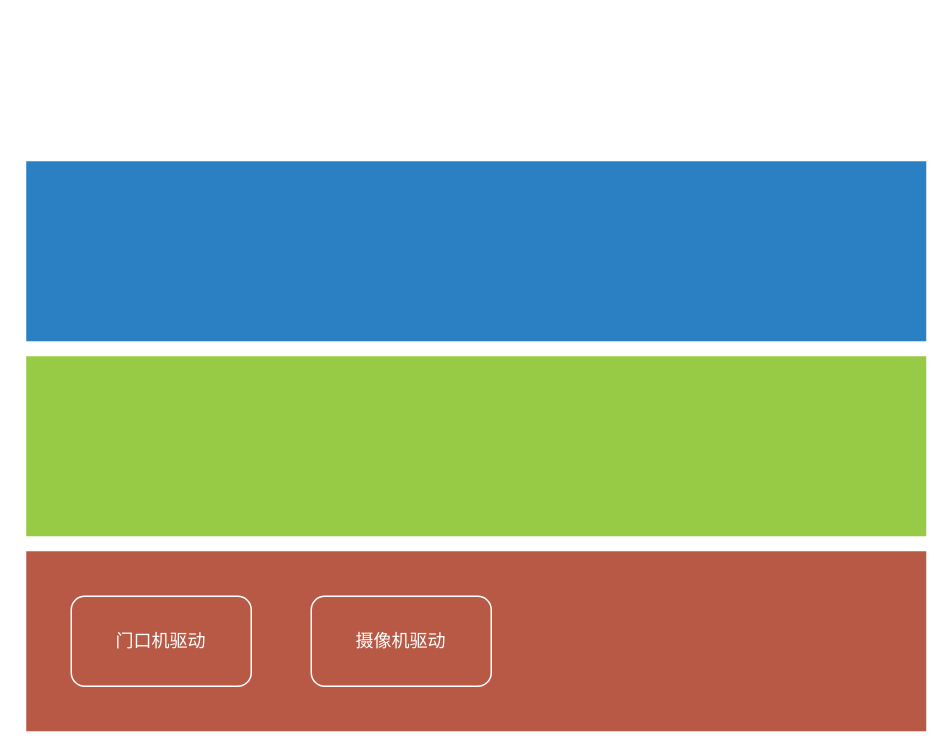
Above: page "Page-2" (2 of 2) of smartdoor.drawio in jeffmacn/myjava (draw.io), before the change. Source tidied: cells renumbered, new cells numbered last; positions are measured from the earlier drawing's top-left corner, leaving out a move shared by most shapes. Both pictures are drawn from the tidied source at 150%, with x=0, y=0 at pixel (26, 160).
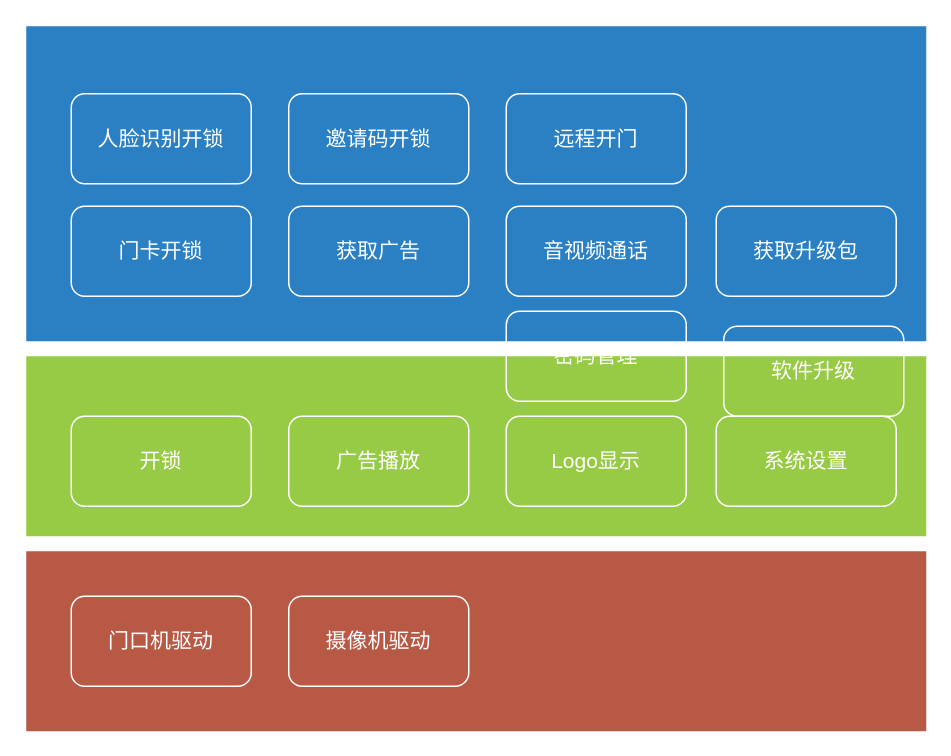
The same diagram, later.

What changed in the source:
```diff
@@
 <mxGraphModel>
   <root>
     <mxCell id="0" />
     <mxCell id="1" parent="0" />
-    <mxCell id="2" style="rounded=0;whiteSpace=wrap;html=1;fillColor=#B85945;strokeColor=none;" parent="1" vertex="1">
+    <mxCell id="2" style="rounded=0;whiteSpace=wrap;html=1;fillColor=#B85945;strokeColor=none;fontSize=14;" parent="1" vertex="1">
       <mxGeometry y="260" width="600" height="120" as="geometry" />
     </mxCell>
-    <mxCell id="3" value="门口机驱动" style="rounded=1;whiteSpace=wrap;html=1;strokeColor=#FFFFFF;fillColor=none;fontColor=#FFFFFF;" parent="1" vertex="1">
+    <mxCell id="3" value="门口机驱动" style="rounded=1;whiteSpace=wrap;html=1;strokeColor=#FFFFFF;fillColor=none;fontColor=#FFFFFF;fontSize=14;" parent="1" vertex="1">
       <mxGeometry x="30" y="290" width="120" height="60" as="geometry" />
     </mxCell>
-    <mxCell id="4" value="摄像机驱动" style="rounded=1;whiteSpace=wrap;html=1;strokeColor=#FFFFFF;fillColor=none;fontColor=#FFFFFF;" parent="1" vertex="1">
-      <mxGeometry x="190" y="290" width="120" height="60" as="geometry" />
+    <mxCell id="4" value="摄像机驱动" style="rounded=1;whiteSpace=wrap;html=1;strokeColor=#FFFFFF;fillColor=none;fontColor=#FFFFFF;fontSize=14;" parent="1" vertex="1">
+      <mxGeometry x="175" y="290" width="120" height="60" as="geometry" />
     </mxCell>
-    <mxCell id="5" style="rounded=0;whiteSpace=wrap;html=1;fillColor=#97CB45;strokeColor=none;" parent="1" vertex="1">
+    <mxCell id="5" style="rounded=0;whiteSpace=wrap;html=1;fillColor=#97CB45;strokeColor=none;fontSize=14;" parent="1" vertex="1">
       <mxGeometry y="130" width="600" height="120" as="geometry" />
     </mxCell>
-    <mxCell id="6" style="rounded=0;whiteSpace=wrap;html=1;fillColor=#2B80C3;strokeColor=none;" parent="1" vertex="1">
-      <mxGeometry width="600" height="120" as="geometry" />
+    <mxCell id="6" style="rounded=0;whiteSpace=wrap;html=1;fillColor=#2B80C3;strokeColor=none;fontSize=14;" parent="1" vertex="1">
+      <mxGeometry y="-90" width="600" height="210" as="geometry" />
     </mxCell>
+    <mxCell id="7" value="开锁" style="rounded=1;whiteSpace=wrap;html=1;strokeColor=#FFFFFF;fillColor=none;fontColor=#FFFFFF;fontSize=14;" parent="1" vertex="1">
+      <mxGeometry x="30" y="170" width="120" height="60" as="geometry" />
+    </mxCell>
+    <mxCell id="8" value="广告播放" style="rounded=1;whiteSpace=wrap;html=1;strokeColor=#FFFFFF;fillColor=none;fontColor=#FFFFFF;fontSize=14;" parent="1" vertex="1">
+      <mxGeometry x="175" y="170" width="120" height="60" as="geometry" />
+    </mxCell>
+    <mxCell id="9" value="Logo显示" style="rounded=1;whiteSpace=wrap;html=1;strokeColor=#FFFFFF;fillColor=none;fontColor=#FFFFFF;fontSize=14;" parent="1" vertex="1">
+      <mxGeometry x="320" y="170" width="120" height="60" as="geometry" />
+    </mxCell>
+    <mxCell id="10" value="门卡开锁" style="rounded=1;whiteSpace=wrap;html=1;strokeColor=#FFFFFF;fillColor=none;fontColor=#FFFFFF;fontSize=14;" parent="1" vertex="1">
+      <mxGeometry x="30" y="30" width="120" height="60" as="geometry" />
+    </mxCell>
+    <mxCell id="11" value="获取广告" style="rounded=1;whiteSpace=wrap;html=1;strokeColor=#FFFFFF;fillColor=none;fontColor=#FFFFFF;fontSize=14;" parent="1" vertex="1">
+      <mxGeometry x="175" y="30" width="120" height="60" as="geometry" />
+    </mxCell>
+    <mxCell id="12" value="音视频通话" style="rounded=1;whiteSpace=wrap;html=1;strokeColor=#FFFFFF;fillColor=none;fontColor=#FFFFFF;fontSize=14;" parent="1" vertex="1">
+      <mxGeometry x="320" y="30" width="120" height="60" as="geometry" />
+    </mxCell>
+    <mxCell id="13" value="获取升级包" style="rounded=1;whiteSpace=wrap;html=1;strokeColor=#FFFFFF;fillColor=none;fontColor=#FFFFFF;fontSize=14;" parent="1" vertex="1">
+      <mxGeometry x="460" y="30" width="120" height="60" as="geometry" />
+    </mxCell>
+    <mxCell id="14" value="系统设置" style="rounded=1;whiteSpace=wrap;html=1;strokeColor=#FFFFFF;fillColor=none;fontColor=#FFFFFF;fontSize=14;" parent="1" vertex="1">
+      <mxGeometry x="460" y="170" width="120" height="60" as="geometry" />
+    </mxCell>
+    <mxCell id="15" value="人脸识别开锁" style="rounded=1;whiteSpace=wrap;html=1;strokeColor=#FFFFFF;fillColor=none;fontColor=#FFFFFF;fontSize=14;" parent="1" vertex="1">
+      <mxGeometry x="30" y="-45" width="120" height="60" as="geometry" />
+    </mxCell>
+    <mxCell id="16" value="邀请码开锁" style="rounded=1;whiteSpace=wrap;html=1;strokeColor=#FFFFFF;fillColor=none;fontColor=#FFFFFF;fontSize=14;" parent="1" vertex="1">
+      <mxGeometry x="175" y="-45" width="120" height="60" as="geometry" />
+    </mxCell>
+    <mxCell id="17" value="软件升级" style="rounded=1;whiteSpace=wrap;html=1;strokeColor=#FFFFFF;fillColor=none;fontColor=#FFFFFF;fontSize=14;" parent="1" vertex="1">
+      <mxGeometry x="465" y="110" width="120" height="60" as="geometry" />
+    </mxCell>
+    <mxCell id="18" value="远程开门" style="rounded=1;whiteSpace=wrap;html=1;strokeColor=#FFFFFF;fillColor=none;fontColor=#FFFFFF;fontSize=14;" parent="1" vertex="1">
+      <mxGeometry x="320" y="-45" width="120" height="60" as="geometry" />
+    </mxCell>
+    <mxCell id="19" value="密码管理" style="rounded=1;whiteSpace=wrap;html=1;strokeColor=#FFFFFF;fillColor=none;fontColor=#FFFFFF;fontSize=14;" parent="1" vertex="1">
+      <mxGeometry x="320" y="100" width="120" height="60" as="geometry" />
+    </mxCell>
   </root>
 </mxGraphModel>
```
